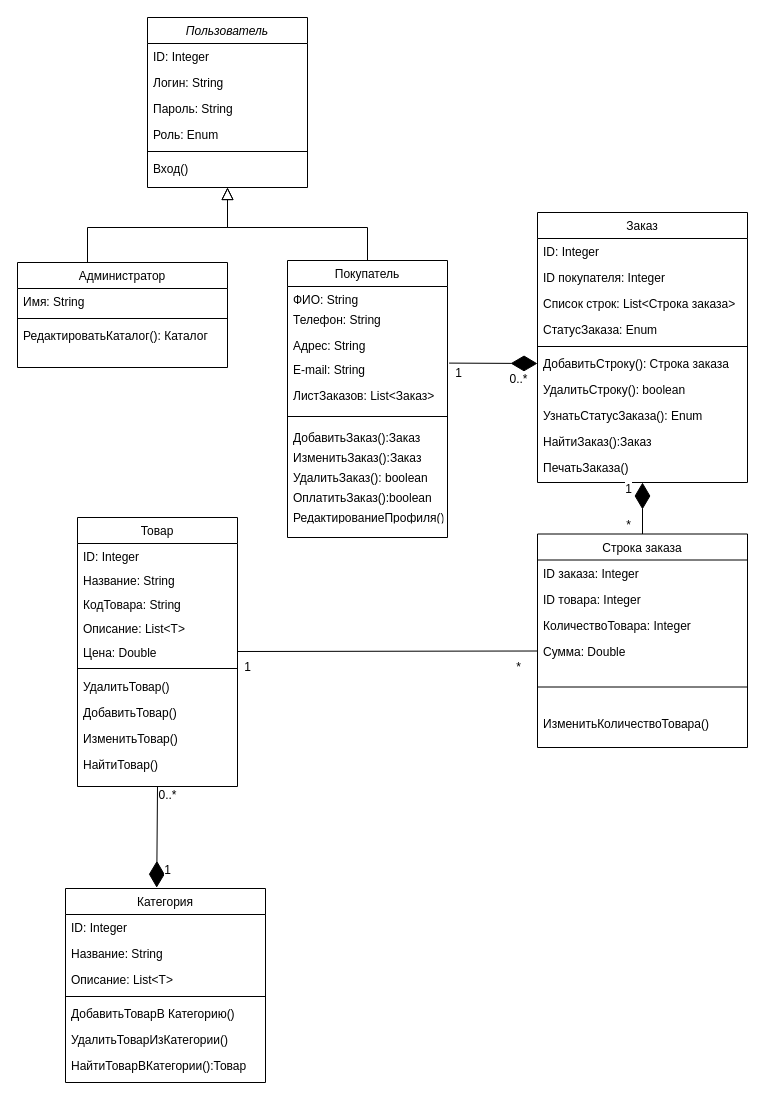
Before: src/lesson13/task02/InternetShop_ClassDiagram.drawio in MangutovaAlina/part1, a draw.io diagram. Source tidied: cells renumbered, new cells numbered last; positions are measured from the earlier drawing's top-left corner, leaving out a move shared by most shapes. Both pictures are drawn from the tidied source at 100%, with x=0, y=0 at pixel (17, 17).
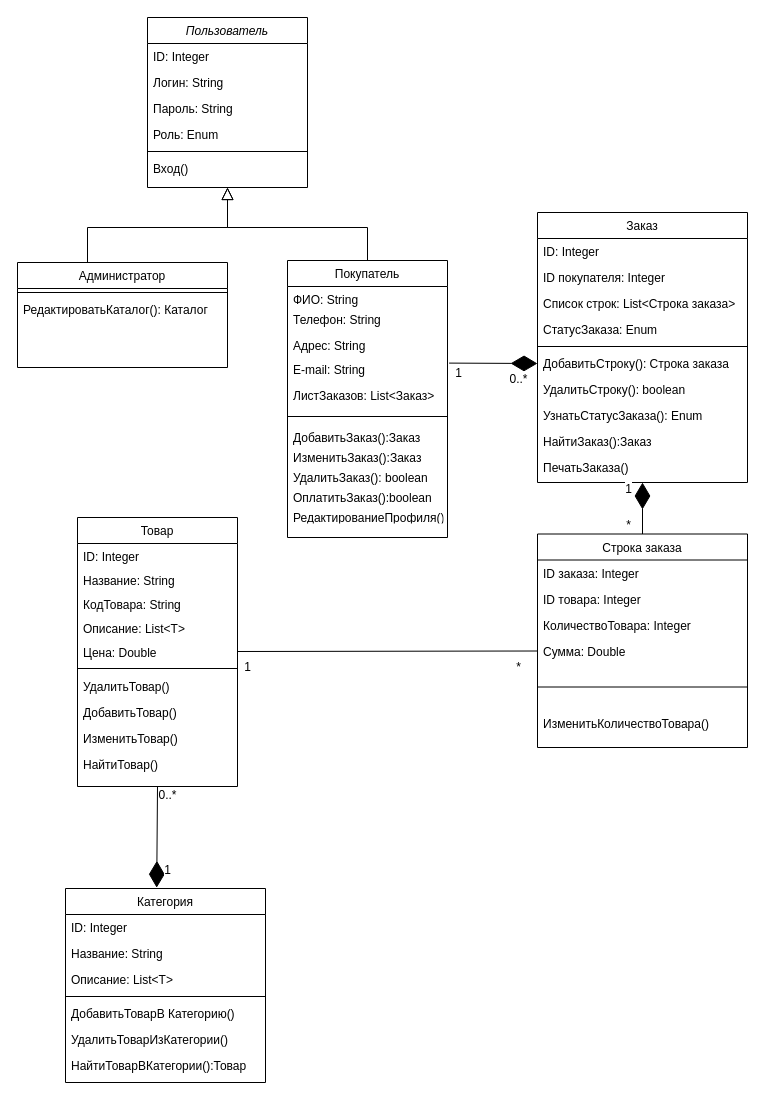
The same diagram, later.

Commit message (it also covers changes not shown here):
lesson13 исправлено

Unchanged cells that the change refers to:
```xml
<mxCell id="22" value="Администратор" style="swimlane;fontStyle=0;align=center;verticalAlign=top;horizontal=1;startSize=26;rounded=0;shadow=0;strokeWidth=1;" parent="1" vertex="1">
  <mxGeometry y="245" width="210" height="105" as="geometry" />
</mxCell>
```

The edit, as a diff of the source:
```diff
@@
-    <mxCell id="23" value="Имя: String" style="text;align=left;verticalAlign=top;spacingLeft=4;spacingRight=4;overflow=hidden;" parent="22" vertex="1">
-      <mxGeometry y="26" width="210" height="26" as="geometry" />
-    </mxCell>
     <mxCell id="24" style="line;html=1;strokeWidth=1;align=left;verticalAlign=middle;spacingTop=-1;spacingLeft=3;spacingRight=3;labelPosition=right;" parent="22" vertex="1">
-      <mxGeometry y="52" width="210" height="8" as="geometry" />
+      <mxGeometry y="26" width="210" height="8" as="geometry" />
     </mxCell>
     <mxCell id="25" value="РедактироватьКаталог(): Каталог" style="text;strokeColor=none;fillColor=none;align=left;verticalAlign=top;spacingLeft=4;spacingRight=4;overflow=hidden;" parent="22" vertex="1">
-      <mxGeometry y="60" width="210" height="26" as="geometry" />
+      <mxGeometry y="34" width="210" height="26" as="geometry" />
     </mxCell>
```
